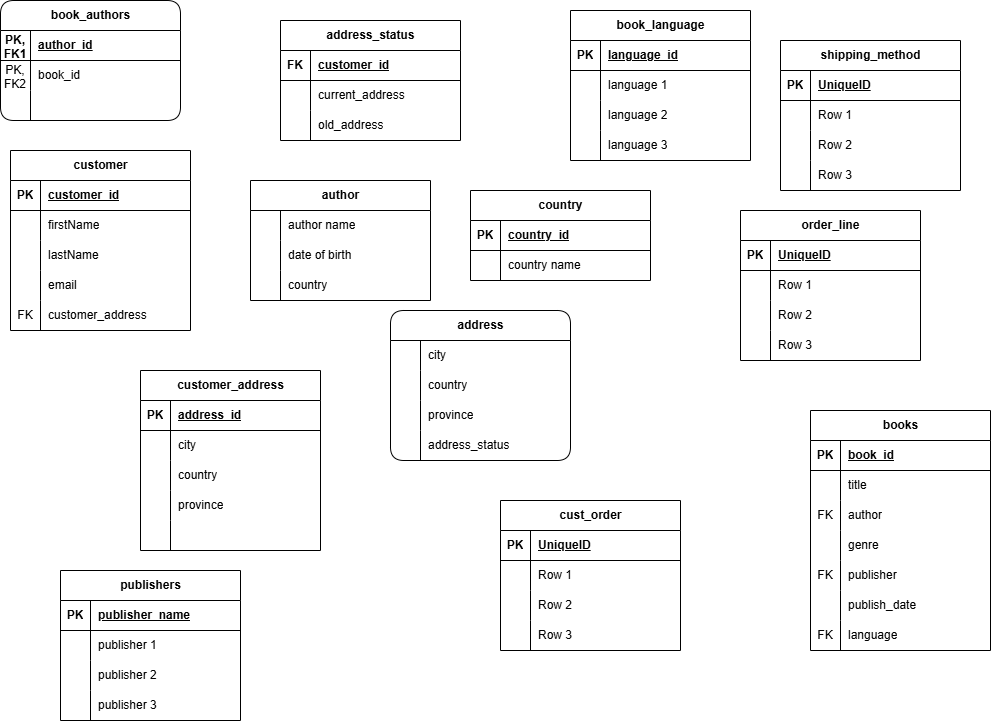
Above: Bookstore_Database.drawio.png in the7thsage376/Bookstore_Database (draw.io), before the change. Source tidied: cells renumbered, new cells last; positions are measured from the earlier drawing's top-left corner, leaving out a move shared by most shapes.
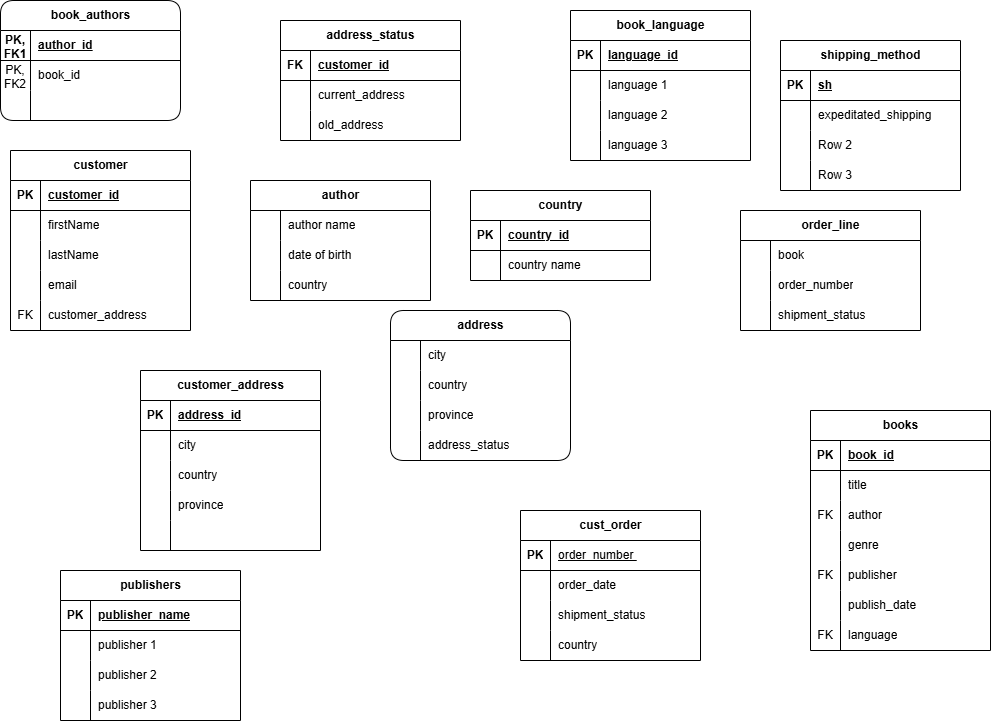
The same diagram one commit later.

What changed in the source:
```diff
@@ -306,46 +306,37 @@
       <mxGeometry x="30" width="150" height="30" as="geometry" />
     </mxCell>
     <mxCell id="103" value="order_line" style="shape=table;startSize=30;rowLines=0;fontStyle=1;align=center;html=1;" parent="1" vertex="1">
-      <mxGeometry x="740" y="210" width="180" height="150" as="geometry" />
+      <mxGeometry x="740" y="210" width="180" height="120" as="geometry" />
     </mxCell>
-    <mxCell id="104" style="shape=tableRow;horizontal=0;startSize=0;swimlaneHead=0;swimlaneBody=0;fillColor=none;top=0;left=0;right=0;bottom=1;" parent="103" vertex="1">
-      <mxGeometry y="30" width="180" height="30" as="geometry" />
-    </mxCell>
-    <mxCell id="105" value="PK" style="shape=partialRectangle;fillColor=none;top=0;left=0;bottom=0;right=0;fontStyle=1;overflow=hidden;whiteSpace=wrap;html=1;" parent="104" vertex="1">
-      <mxGeometry width="30" height="30" as="geometry" />
-    </mxCell>
-    <mxCell id="106" value="UniqueID" style="shape=partialRectangle;fillColor=none;top=0;left=0;bottom=0;right=0;align=left;spacingLeft=6;fontStyle=5;overflow=hidden;whiteSpace=wrap;html=1;" parent="104" vertex="1">
-      <mxGeometry x="30" width="150" height="30" as="geometry" />
-    </mxCell>
     <mxCell id="107" style="shape=tableRow;horizontal=0;startSize=0;swimlaneHead=0;swimlaneBody=0;fillColor=none;top=0;left=0;right=0;bottom=0;" parent="103" vertex="1">
-      <mxGeometry y="60" width="180" height="30" as="geometry" />
+      <mxGeometry y="30" width="180" height="30" as="geometry" />
     </mxCell>
     <mxCell id="108" style="shape=partialRectangle;fillColor=none;top=0;left=0;bottom=0;right=0;overflow=hidden;whiteSpace=wrap;html=1;" parent="107" vertex="1">
       <mxGeometry width="30" height="30" as="geometry" />
     </mxCell>
-    <mxCell id="109" value="Row 1" style="shape=partialRectangle;fillColor=none;top=0;left=0;bottom=0;right=0;align=left;spacingLeft=6;overflow=hidden;whiteSpace=wrap;html=1;" parent="107" vertex="1">
+    <mxCell id="109" value="book" style="shape=partialRectangle;fillColor=none;top=0;left=0;bottom=0;right=0;align=left;spacingLeft=6;overflow=hidden;whiteSpace=wrap;html=1;" parent="107" vertex="1">
       <mxGeometry x="30" width="150" height="30" as="geometry" />
     </mxCell>
     <mxCell id="110" style="shape=tableRow;horizontal=0;startSize=0;swimlaneHead=0;swimlaneBody=0;fillColor=none;top=0;left=0;right=0;bottom=0;" parent="103" vertex="1">
-      <mxGeometry y="90" width="180" height="30" as="geometry" />
+      <mxGeometry y="60" width="180" height="30" as="geometry" />
     </mxCell>
     <mxCell id="111" style="shape=partialRectangle;fillColor=none;top=0;left=0;bottom=0;right=0;overflow=hidden;whiteSpace=wrap;html=1;" parent="110" vertex="1">
       <mxGeometry width="30" height="30" as="geometry" />
     </mxCell>
-    <mxCell id="112" value="Row 2" style="shape=partialRectangle;fillColor=none;top=0;left=0;bottom=0;right=0;align=left;spacingLeft=6;overflow=hidden;whiteSpace=wrap;html=1;" parent="110" vertex="1">
+    <mxCell id="112" value="order_number" style="shape=partialRectangle;fillColor=none;top=0;left=0;bottom=0;right=0;align=left;spacingLeft=6;overflow=hidden;whiteSpace=wrap;html=1;" parent="110" vertex="1">
       <mxGeometry x="30" width="150" height="30" as="geometry" />
     </mxCell>
     <mxCell id="113" style="shape=tableRow;horizontal=0;startSize=0;swimlaneHead=0;swimlaneBody=0;fillColor=none;top=0;left=0;right=0;bottom=0;" parent="103" vertex="1">
-      <mxGeometry y="120" width="180" height="30" as="geometry" />
+      <mxGeometry y="90" width="180" height="30" as="geometry" />
     </mxCell>
     <mxCell id="114" style="shape=partialRectangle;fillColor=none;top=0;left=0;bottom=0;right=0;overflow=hidden;whiteSpace=wrap;html=1;" parent="113" vertex="1">
       <mxGeometry width="30" height="30" as="geometry" />
     </mxCell>
-    <mxCell id="115" value="Row 3" style="shape=partialRectangle;fillColor=none;top=0;left=0;bottom=0;right=0;align=left;spacingLeft=6;overflow=hidden;whiteSpace=wrap;html=1;" parent="113" vertex="1">
+    <mxCell id="115" value="shipment_status" style="shape=partialRectangle;fillColor=none;top=0;left=0;bottom=0;right=0;align=left;spacingLeft=6;overflow=hidden;whiteSpace=wrap;html=1;" parent="113" vertex="1">
       <mxGeometry x="30" width="150" height="30" as="geometry" />
     </mxCell>
     <mxCell id="116" value="cust_order" style="shape=table;startSize=30;rowLines=0;fontStyle=1;align=center;html=1;" parent="1" vertex="1">
-      <mxGeometry x="500" y="500" width="180" height="150" as="geometry" />
+      <mxGeometry x="520" y="510" width="180" height="150" as="geometry" />
     </mxCell>
     <mxCell id="117" style="shape=tableRow;horizontal=0;startSize=0;swimlaneHead=0;swimlaneBody=0;fillColor=none;top=0;left=0;right=0;bottom=1;" parent="116" vertex="1">
       <mxGeometry y="30" width="180" height="30" as="geometry" />
@@ -353,7 +344,7 @@
     <mxCell id="118" value="PK" style="shape=partialRectangle;fillColor=none;top=0;left=0;bottom=0;right=0;fontStyle=1;overflow=hidden;whiteSpace=wrap;html=1;" parent="117" vertex="1">
       <mxGeometry width="30" height="30" as="geometry" />
     </mxCell>
-    <mxCell id="119" value="UniqueID" style="shape=partialRectangle;fillColor=none;top=0;left=0;bottom=0;right=0;align=left;spacingLeft=6;fontStyle=5;overflow=hidden;whiteSpace=wrap;html=1;" parent="117" vertex="1">
+    <mxCell id="119" value="&lt;span style=&quot;font-weight: 400;&quot;&gt;order_number&amp;nbsp;&lt;/span&gt;" style="shape=partialRectangle;fillColor=none;top=0;left=0;bottom=0;right=0;align=left;spacingLeft=6;fontStyle=5;overflow=hidden;whiteSpace=wrap;html=1;" parent="117" vertex="1">
       <mxGeometry x="30" width="150" height="30" as="geometry" />
     </mxCell>
     <mxCell id="120" style="shape=tableRow;horizontal=0;startSize=0;swimlaneHead=0;swimlaneBody=0;fillColor=none;top=0;left=0;right=0;bottom=0;" parent="116" vertex="1">
@@ -362,7 +353,7 @@
     <mxCell id="121" style="shape=partialRectangle;fillColor=none;top=0;left=0;bottom=0;right=0;overflow=hidden;whiteSpace=wrap;html=1;" parent="120" vertex="1">
       <mxGeometry width="30" height="30" as="geometry" />
     </mxCell>
-    <mxCell id="122" value="Row 1" style="shape=partialRectangle;fillColor=none;top=0;left=0;bottom=0;right=0;align=left;spacingLeft=6;overflow=hidden;whiteSpace=wrap;html=1;" parent="120" vertex="1">
+    <mxCell id="122" value="order_date" style="shape=partialRectangle;fillColor=none;top=0;left=0;bottom=0;right=0;align=left;spacingLeft=6;overflow=hidden;whiteSpace=wrap;html=1;" parent="120" vertex="1">
       <mxGeometry x="30" width="150" height="30" as="geometry" />
     </mxCell>
     <mxCell id="123" style="shape=tableRow;horizontal=0;startSize=0;swimlaneHead=0;swimlaneBody=0;fillColor=none;top=0;left=0;right=0;bottom=0;" parent="116" vertex="1">
@@ -371,7 +362,7 @@
     <mxCell id="124" style="shape=partialRectangle;fillColor=none;top=0;left=0;bottom=0;right=0;overflow=hidden;whiteSpace=wrap;html=1;" parent="123" vertex="1">
       <mxGeometry width="30" height="30" as="geometry" />
     </mxCell>
-    <mxCell id="125" value="Row 2" style="shape=partialRectangle;fillColor=none;top=0;left=0;bottom=0;right=0;align=left;spacingLeft=6;overflow=hidden;whiteSpace=wrap;html=1;" parent="123" vertex="1">
+    <mxCell id="125" value="shipment_status" style="shape=partialRectangle;fillColor=none;top=0;left=0;bottom=0;right=0;align=left;spacingLeft=6;overflow=hidden;whiteSpace=wrap;html=1;" parent="123" vertex="1">
       <mxGeometry x="30" width="150" height="30" as="geometry" />
     </mxCell>
     <mxCell id="126" style="shape=tableRow;horizontal=0;startSize=0;swimlaneHead=0;swimlaneBody=0;fillColor=none;top=0;left=0;right=0;bottom=0;" parent="116" vertex="1">
@@ -380,7 +371,7 @@
     <mxCell id="127" style="shape=partialRectangle;fillColor=none;top=0;left=0;bottom=0;right=0;overflow=hidden;whiteSpace=wrap;html=1;" parent="126" vertex="1">
       <mxGeometry width="30" height="30" as="geometry" />
     </mxCell>
-    <mxCell id="128" value="Row 3" style="shape=partialRectangle;fillColor=none;top=0;left=0;bottom=0;right=0;align=left;spacingLeft=6;overflow=hidden;whiteSpace=wrap;html=1;" parent="126" vertex="1">
+    <mxCell id="128" value="country" style="shape=partialRectangle;fillColor=none;top=0;left=0;bottom=0;right=0;align=left;spacingLeft=6;overflow=hidden;whiteSpace=wrap;html=1;" parent="126" vertex="1">
       <mxGeometry x="30" width="150" height="30" as="geometry" />
     </mxCell>
     <mxCell id="129" value="country" style="shape=table;startSize=30;rowLines=0;fontStyle=1;align=center;html=1;" parent="1" vertex="1">
@@ -413,7 +404,7 @@
     <mxCell id="138" value="PK" style="shape=partialRectangle;fillColor=none;top=0;left=0;bottom=0;right=0;fontStyle=1;overflow=hidden;whiteSpace=wrap;html=1;" parent="137" vertex="1">
       <mxGeometry width="30" height="30" as="geometry" />
     </mxCell>
-    <mxCell id="139" value="UniqueID" style="shape=partialRectangle;fillColor=none;top=0;left=0;bottom=0;right=0;align=left;spacingLeft=6;fontStyle=5;overflow=hidden;whiteSpace=wrap;html=1;" parent="137" vertex="1">
+    <mxCell id="139" value="sh" style="shape=partialRectangle;fillColor=none;top=0;left=0;bottom=0;right=0;align=left;spacingLeft=6;fontStyle=5;overflow=hidden;whiteSpace=wrap;html=1;" parent="137" vertex="1">
       <mxGeometry x="30" width="150" height="30" as="geometry" />
     </mxCell>
     <mxCell id="140" style="shape=tableRow;horizontal=0;startSize=0;swimlaneHead=0;swimlaneBody=0;fillColor=none;top=0;left=0;right=0;bottom=0;" parent="136" vertex="1">
@@ -422,7 +413,7 @@
     <mxCell id="141" style="shape=partialRectangle;fillColor=none;top=0;left=0;bottom=0;right=0;overflow=hidden;whiteSpace=wrap;html=1;" parent="140" vertex="1">
       <mxGeometry width="30" height="30" as="geometry" />
     </mxCell>
-    <mxCell id="142" value="Row 1" style="shape=partialRectangle;fillColor=none;top=0;left=0;bottom=0;right=0;align=left;spacingLeft=6;overflow=hidden;whiteSpace=wrap;html=1;" parent="140" vertex="1">
+    <mxCell id="142" value="expeditated_shipping" style="shape=partialRectangle;fillColor=none;top=0;left=0;bottom=0;right=0;align=left;spacingLeft=6;overflow=hidden;whiteSpace=wrap;html=1;" parent="140" vertex="1">
       <mxGeometry x="30" width="150" height="30" as="geometry" />
     </mxCell>
     <mxCell id="143" style="shape=tableRow;horizontal=0;startSize=0;swimlaneHead=0;swimlaneBody=0;fillColor=none;top=0;left=0;right=0;bottom=0;" parent="136" vertex="1">
```
